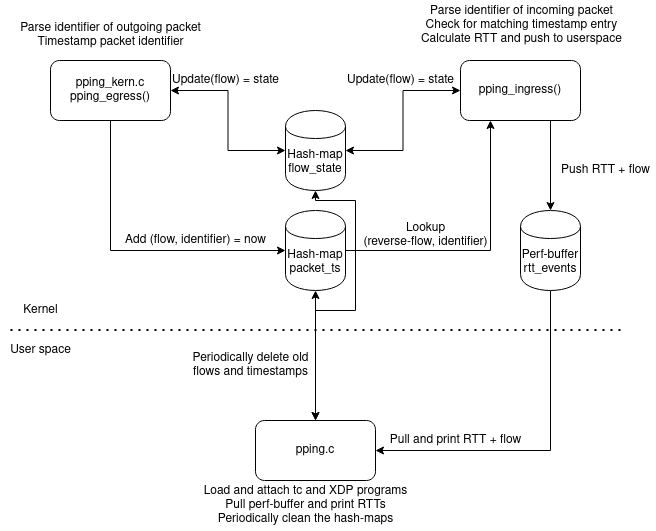
Before: pping/eBPF_pping_design.png, a diagram exported from draw.io (xdp-project/bpf-examples). Source tidied: cells renumbered, new cells last; positions are measured from the earlier drawing's top-left corner, leaving out a move shared by most shapes.
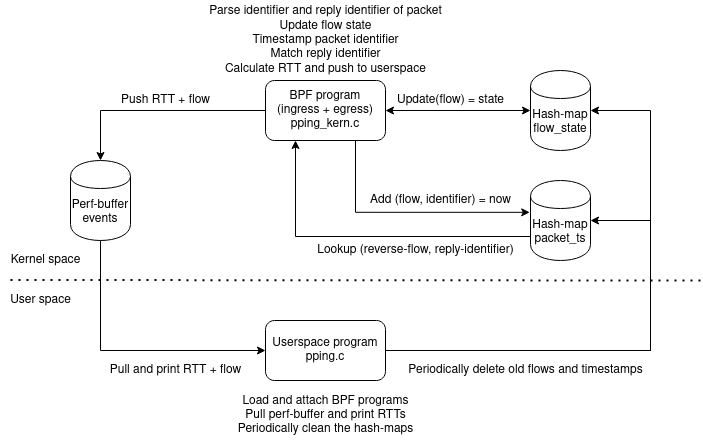
Later version of the same file.

Commit message:
pping: Do both timestamping and matching on ingress and egress

The edit, as a diff of the source:
```diff
@@ -2,96 +2,91 @@
   <root>
     <mxCell id="0" />
     <mxCell id="1" parent="0" />
-    <mxCell id="2" style="edgeStyle=orthogonalEdgeStyle;rounded=0;jettySize=auto;html=1;exitX=0.5;exitY=1;exitDx=0;exitDy=0;entryX=0;entryY=0.5;entryDx=0;entryDy=0;" parent="1" edge="1" source="4" target="11">
+    <mxCell id="2" style="edgeStyle=orthogonalEdgeStyle;rounded=0;jettySize=auto;html=1;exitX=0.75;exitY=1;exitDx=0;exitDy=0;entryX=-0.013;entryY=0.398;entryDx=0;entryDy=0;entryPerimeter=0;" parent="1" edge="1" source="4" target="11">
       <mxGeometry relative="1" as="geometry" />
     </mxCell>
     <mxCell id="3" style="edgeStyle=orthogonalEdgeStyle;rounded=0;jettySize=auto;html=1;exitX=1;exitY=0.5;exitDx=0;exitDy=0;entryX=0;entryY=0.5;entryDx=0;entryDy=0;startArrow=classic;startFill=1;" parent="1" edge="1" source="4" target="22">
       <mxGeometry relative="1" as="geometry" />
     </mxCell>
-    <mxCell id="4" value="&lt;div&gt;pping_kern.c&lt;/div&gt;&lt;div&gt;pping_egress()&lt;/div&gt;" style="rounded=1;whiteSpace=wrap;html=1;" parent="1" vertex="1">
+    <mxCell id="4" value="&lt;div&gt;BPF program&lt;br&gt;(ingress + egress)&lt;br&gt;&lt;/div&gt;&lt;div&gt;pping_kern.c&lt;/div&gt;" style="rounded=1;whiteSpace=wrap;html=1;" parent="1" vertex="1">
       <mxGeometry x="50" y="60" width="120" height="60" as="geometry" />
     </mxCell>
-    <mxCell id="5" style="edgeStyle=orthogonalEdgeStyle;rounded=0;jettySize=auto;html=1;exitX=0.75;exitY=1;exitDx=0;exitDy=0;entryX=0.5;entryY=0;entryDx=0;entryDy=0;" parent="1" edge="1" source="6" target="25">
+    <mxCell id="5" style="edgeStyle=orthogonalEdgeStyle;rounded=0;jettySize=auto;html=1;exitX=0;exitY=0.5;exitDx=0;exitDy=0;entryX=0.5;entryY=0;entryDx=0;entryDy=0;" parent="1" edge="1" source="4" target="25">
       <mxGeometry relative="1" as="geometry" />
     </mxCell>
-    <mxCell id="6" value="pping_ingress()" style="rounded=1;whiteSpace=wrap;html=1;" parent="1" vertex="1">
-      <mxGeometry x="460" y="60" width="120" height="60" as="geometry" />
-    </mxCell>
-    <mxCell id="7" style="edgeStyle=orthogonalEdgeStyle;rounded=0;jettySize=auto;html=1;entryX=0.5;entryY=1;entryDx=0;entryDy=0;startArrow=classic;startFill=1;exitX=0.5;exitY=0;exitDx=0;exitDy=0;" parent="1" edge="1" source="9" target="11">
-      <mxGeometry relative="1" as="geometry" />
+    <mxCell id="7" style="edgeStyle=orthogonalEdgeStyle;rounded=0;jettySize=auto;html=1;entryX=1;entryY=0.5;entryDx=0;entryDy=0;startArrow=none;startFill=0;exitX=1;exitY=0.5;exitDx=0;exitDy=0;" parent="1" edge="1" source="9" target="11">
+      <mxGeometry relative="1" as="geometry">
+        <Array as="points">
+          <mxPoint x="435" y="330" />
+          <mxPoint x="435" y="200" />
+        </Array>
+      </mxGeometry>
     </mxCell>
-    <mxCell id="8" style="edgeStyle=orthogonalEdgeStyle;rounded=0;jettySize=auto;html=1;startArrow=classic;startFill=1;entryX=0.5;entryY=1;entryDx=0;entryDy=0;exitX=0.5;exitY=0;exitDx=0;exitDy=0;" parent="1" edge="1" source="9" target="22">
+    <mxCell id="8" style="edgeStyle=orthogonalEdgeStyle;rounded=0;jettySize=auto;html=1;startArrow=none;startFill=0;exitX=1;exitY=0.5;exitDx=0;exitDy=0;entryX=1;entryY=0.5;entryDx=0;entryDy=0;" parent="1" edge="1" source="9" target="22">
       <mxGeometry relative="1" as="geometry">
         <Array as="points">
-          <mxPoint x="315" y="310" />
-          <mxPoint x="355" y="310" />
-          <mxPoint x="355" y="200" />
-          <mxPoint x="315" y="200" />
+          <mxPoint x="435" y="330" />
+          <mxPoint x="435" y="90" />
         </Array>
       </mxGeometry>
     </mxCell>
-    <mxCell id="9" value="pping.c" style="rounded=1;whiteSpace=wrap;html=1;" parent="1" vertex="1">
-      <mxGeometry x="255" y="420" width="120" height="60" as="geometry" />
+    <mxCell id="9" value="&lt;div&gt;Userspace program&lt;br&gt;pping.c&lt;/div&gt;" style="rounded=1;whiteSpace=wrap;html=1;" parent="1" vertex="1">
+      <mxGeometry x="50" y="300" width="120" height="60" as="geometry" />
     </mxCell>
-    <mxCell id="10" style="edgeStyle=orthogonalEdgeStyle;rounded=0;jettySize=auto;html=1;exitX=1;exitY=0.5;exitDx=0;exitDy=0;entryX=0.25;entryY=1;entryDx=0;entryDy=0;" parent="1" edge="1" source="11" target="6">
-      <mxGeometry relative="1" as="geometry" />
+    <mxCell id="10" style="edgeStyle=orthogonalEdgeStyle;rounded=0;jettySize=auto;html=1;entryX=0.25;entryY=1;entryDx=0;entryDy=0;exitX=0;exitY=0.7;exitDx=0;exitDy=0;" parent="1" edge="1" source="11" target="4">
+      <mxGeometry relative="1" as="geometry">
+        <Array as="points">
+          <mxPoint x="80" y="216" />
+        </Array>
+      </mxGeometry>
     </mxCell>
     <mxCell id="11" value="Hash-map&lt;br&gt;packet_ts" style="shape=cylinder;whiteSpace=wrap;html=1;boundedLbl=1;backgroundOutline=1;" parent="1" vertex="1">
-      <mxGeometry x="285" y="210" width="60" height="80" as="geometry" />
+      <mxGeometry x="315" y="160" width="60" height="80" as="geometry" />
     </mxCell>
-    <mxCell id="12" style="edgeStyle=orthogonalEdgeStyle;rounded=0;jettySize=auto;html=1;exitX=0.5;exitY=1;exitDx=0;exitDy=0;entryX=1;entryY=0.5;entryDx=0;entryDy=0;" parent="1" edge="1" source="25" target="9">
+    <mxCell id="12" style="edgeStyle=orthogonalEdgeStyle;rounded=0;jettySize=auto;html=1;exitX=0.5;exitY=1;exitDx=0;exitDy=0;entryX=0;entryY=0.5;entryDx=0;entryDy=0;" parent="1" edge="1" source="25" target="9">
       <mxGeometry relative="1" as="geometry" />
     </mxCell>
     <mxCell id="13" value="Add (flow, identifier) = now" style="text;html=1;align=center;verticalAlign=middle;" parent="1" vertex="1">
-      <mxGeometry x="115" y="230" width="160" height="20" as="geometry" />
+      <mxGeometry x="145" y="170" width="160" height="20" as="geometry" />
     </mxCell>
-    <mxCell id="14" value="Lookup&lt;br&gt;(reverse-flow, identifier)" style="text;html=1;align=center;verticalAlign=middle;" parent="1" vertex="1">
-      <mxGeometry x="355" y="220" width="140" height="30" as="geometry" />
-    </mxCell>
     <mxCell id="15" value="Push RTT + flow" style="text;html=1;align=center;verticalAlign=middle;" parent="1" vertex="1">
-      <mxGeometry x="555" y="160" width="100" height="20" as="geometry" />
+      <mxGeometry x="-100" y="70" width="100" height="20" as="geometry" />
     </mxCell>
     <mxCell id="16" value="Pull and print RTT + flow" style="text;html=1;align=center;verticalAlign=middle;" parent="1" vertex="1">
-      <mxGeometry x="380" y="430" width="150" height="20" as="geometry" />
+      <mxGeometry x="-115" y="340" width="150" height="20" as="geometry" />
     </mxCell>
-    <mxCell id="17" value="&lt;div&gt;Parse identifier of outgoing packet &lt;br&gt;&lt;/div&gt;&lt;div&gt;Timestamp packet identifier &lt;br&gt;&lt;/div&gt;" style="text;html=1;align=center;verticalAlign=middle;" parent="1" vertex="1">
-      <mxGeometry x="10" y="20" width="200" height="30" as="geometry" />
+    <mxCell id="17" value="&lt;div&gt;Parse identifier and reply identifier of packet&lt;/div&gt;&lt;div&gt;Update flow state&lt;br&gt;&lt;/div&gt;&lt;div&gt;Timestamp packet identifier&lt;/div&gt;&lt;div&gt;Match reply identifier&lt;/div&gt;&lt;div&gt;Calculate RTT and push to userspace&lt;br&gt;&lt;/div&gt;" style="text;html=1;align=center;verticalAlign=middle;" parent="1" vertex="1">
+      <mxGeometry x="-15" y="-20" width="250" height="80" as="geometry" />
     </mxCell>
-    <mxCell id="18" value="Parse identifier of incoming packet&lt;br&gt;Check for matching timestamp entry&lt;br&gt;Calculate RTT and push to userspace" style="text;html=1;align=center;verticalAlign=middle;" parent="1" vertex="1">
-      <mxGeometry x="411" width="220" height="50" as="geometry" />
-    </mxCell>
-    <mxCell id="19" value="&lt;div&gt;Periodically delete old &lt;br&gt;&lt;/div&gt;&lt;div&gt;flows and timestamps&lt;/div&gt;" style="text;html=1;align=center;verticalAlign=middle;" parent="1" vertex="1">
-      <mxGeometry x="185" y="350" width="130" height="30" as="geometry" />
+    <mxCell id="19" value="&lt;div&gt;Periodically delete old flows and timestamps&lt;/div&gt;" style="text;html=1;align=center;verticalAlign=middle;" parent="1" vertex="1">
+      <mxGeometry x="185" y="340" width="250" height="20" as="geometry" />
     </mxCell>
-    <mxCell id="20" value="Load and attach tc and XDP programs&lt;br&gt;Pull perf-buffer and print RTTs&lt;br&gt;Periodically clean the hash-maps" style="text;html=1;align=center;verticalAlign=middle;" parent="1" vertex="1">
-      <mxGeometry x="195" y="480" width="220" height="50" as="geometry" />
+    <mxCell id="20" value="Load and attach BPF programs&lt;br&gt;Pull perf-buffer and print RTTs&lt;br&gt;Periodically clean the hash-maps" style="text;html=1;align=center;verticalAlign=middle;" parent="1" vertex="1">
+      <mxGeometry x="15" y="370" width="190" height="50" as="geometry" />
     </mxCell>
-    <mxCell id="21" style="edgeStyle=orthogonalEdgeStyle;rounded=0;jettySize=auto;html=1;exitX=1;exitY=0.5;exitDx=0;exitDy=0;entryX=0;entryY=0.5;entryDx=0;entryDy=0;startArrow=classic;startFill=1;" parent="1" edge="1" source="22" target="6">
-      <mxGeometry relative="1" as="geometry" />
-    </mxCell>
     <mxCell id="22" value="Hash-map&lt;br&gt;flow_state" style="shape=cylinder;whiteSpace=wrap;html=1;boundedLbl=1;backgroundOutline=1;" parent="1" vertex="1">
-      <mxGeometry x="285" y="110" width="60" height="80" as="geometry" />
+      <mxGeometry x="315" y="50" width="60" height="80" as="geometry" />
     </mxCell>
     <mxCell id="23" value="Update(flow) = state" style="text;html=1;align=center;verticalAlign=middle;" parent="1" vertex="1">
-      <mxGeometry x="165" y="70" width="120" height="20" as="geometry" />
+      <mxGeometry x="175" y="70" width="120" height="20" as="geometry" />
     </mxCell>
-    <mxCell id="24" value="Update(flow) = state" style="text;html=1;align=center;verticalAlign=middle;" parent="1" vertex="1">
-      <mxGeometry x="340" y="70" width="120" height="20" as="geometry" />
-    </mxCell>
-    <mxCell id="25" value="Perf-buffer&lt;br&gt;rtt_events" style="shape=cylinder;whiteSpace=wrap;html=1;boundedLbl=1;backgroundOutline=1;" parent="1" vertex="1">
-      <mxGeometry x="520" y="210" width="60" height="80" as="geometry" />
+    <mxCell id="25" value="Perf-buffer&lt;br&gt;events" style="shape=cylinder;whiteSpace=wrap;html=1;boundedLbl=1;backgroundOutline=1;" parent="1" vertex="1">
+      <mxGeometry x="-145" y="140" width="60" height="80" as="geometry" />
     </mxCell>
     <mxCell id="26" style="endArrow=none;dashed=1;html=1;dashPattern=1 3;strokeWidth=2;" parent="1" edge="1">
       <mxGeometry relative="1" as="geometry">
-        <mxPoint x="10" y="329.5" as="sourcePoint" />
-        <mxPoint x="620" y="329.5" as="targetPoint" />
+        <mxPoint x="-205" y="259.5" as="sourcePoint" />
+        <mxPoint x="485" y="260" as="targetPoint" />
       </mxGeometry>
     </mxCell>
-    <mxCell id="27" value="Kernel" style="text;html=1;align=center;verticalAlign=middle;" parent="1" vertex="1">
-      <mxGeometry x="15" y="300" width="50" height="20" as="geometry" />
+    <mxCell id="27" value="Kernel space" style="text;html=1;align=center;verticalAlign=middle;" parent="1" vertex="1">
+      <mxGeometry x="-215" y="230" width="90" height="20" as="geometry" />
     </mxCell>
     <mxCell id="28" value="User space" style="text;html=1;align=center;verticalAlign=middle;" parent="1" vertex="1">
-      <mxGeometry y="340" width="80" height="20" as="geometry" />
+      <mxGeometry x="-215" y="270" width="80" height="20" as="geometry" />
     </mxCell>
+    <mxCell id="29" value="Lookup (reverse-flow, reply-identifier)" style="text;html=1;align=center;verticalAlign=middle;strokeColor=none;" parent="1" vertex="1">
+      <mxGeometry x="95" y="220" width="210" height="20" as="geometry" />
+    </mxCell>
   </root>
 </mxGraphModel>
```
